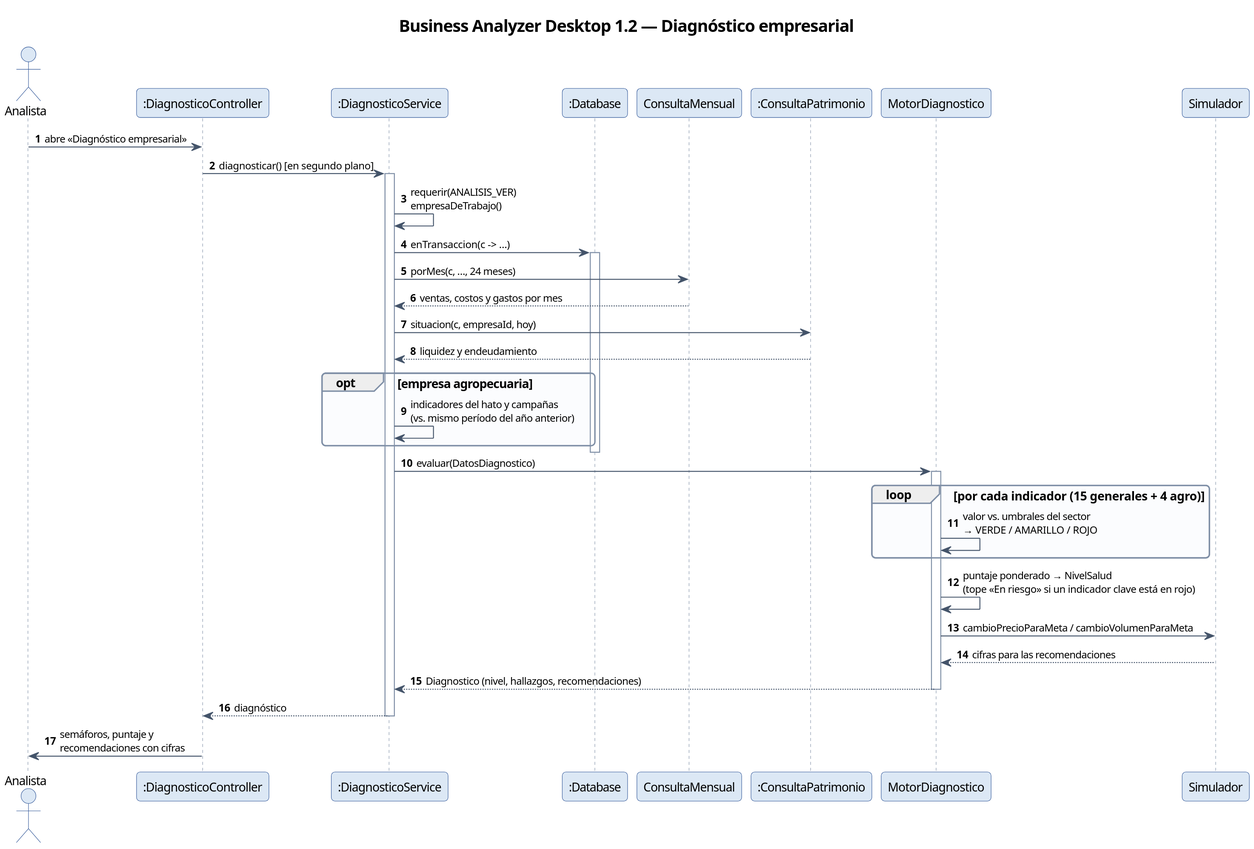
This is docs/uml/svg/06-secuencia-diagnostico.svg from fabrizzio122/proyecto-estadistic, a PlantUML export, as it was before one commit.
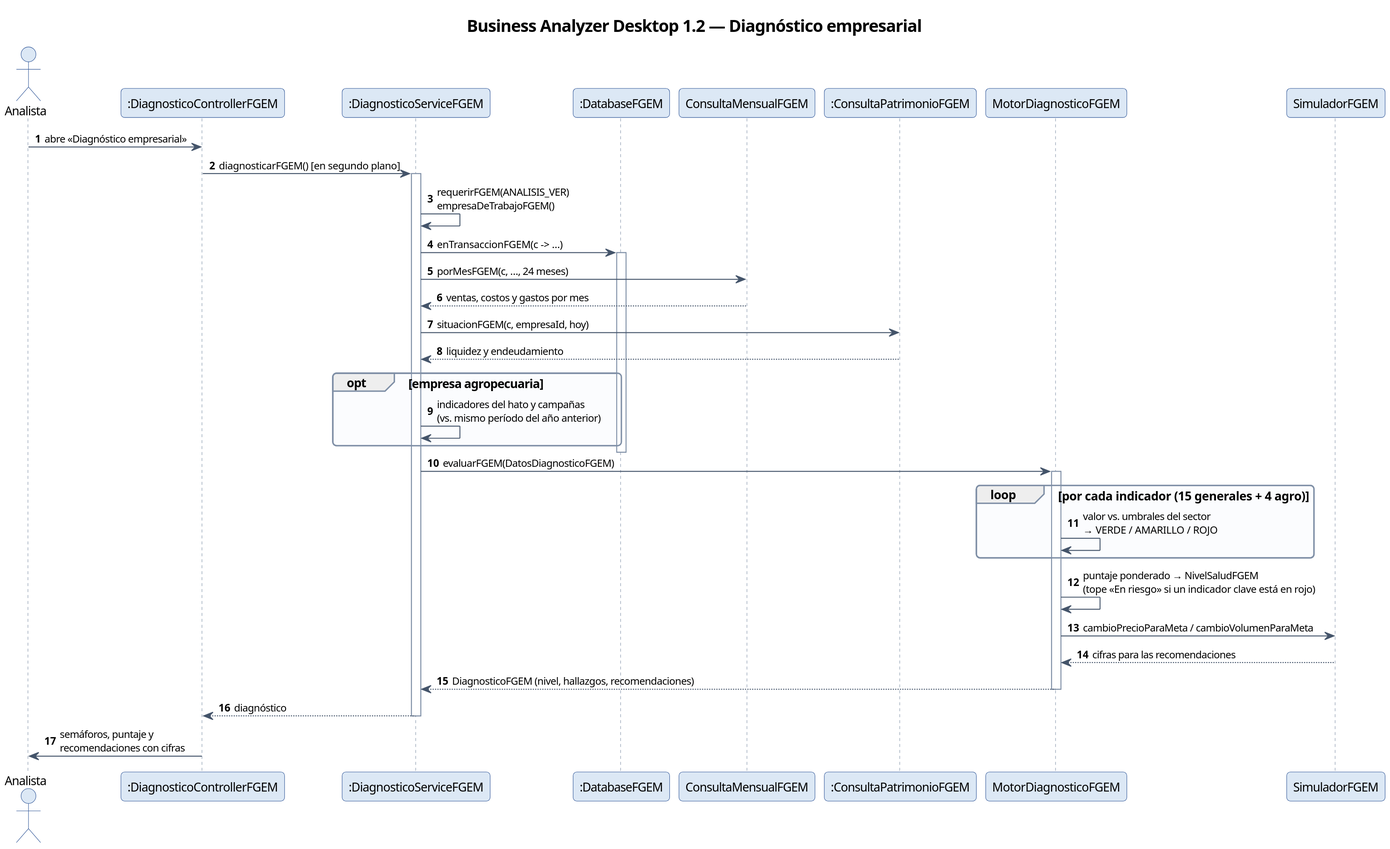
Later version of the same file.

What changed in the source:
```diff
@@ -4,37 +4,37 @@
 autonumber
 
 actor Analista
-participant ":DiagnosticoController" as CTRL
-participant ":DiagnosticoService" as SRV
-participant ":Database" as DB
-participant "ConsultaMensual" as CM
-participant ":ConsultaPatrimonio" as CP
-participant "MotorDiagnostico" as MOTOR
-participant "Simulador" as SIM
+participant ":DiagnosticoControllerFGEM" as CTRL
+participant ":DiagnosticoServiceFGEM" as SRV
+participant ":DatabaseFGEM" as DB
+participant "ConsultaMensualFGEM" as CM
+participant ":ConsultaPatrimonioFGEM" as CP
+participant "MotorDiagnosticoFGEM" as MOTOR
+participant "SimuladorFGEM" as SIM
 
 Analista -> CTRL : abre «Diagnóstico empresarial»
-CTRL -> SRV : diagnosticar()  [en segundo plano]
+CTRL -> SRV : diagnosticarFGEM()  [en segundo plano]
 activate SRV
-SRV -> SRV : requerir(ANALISIS_VER)\nempresaDeTrabajo()
-SRV -> DB : enTransaccion(c -> …)
+SRV -> SRV : requerirFGEM(ANALISIS_VER)\nempresaDeTrabajoFGEM()
+SRV -> DB : enTransaccionFGEM(c -> …)
 activate DB
-SRV -> CM : porMes(c, …, 24 meses)
+SRV -> CM : porMesFGEM(c, …, 24 meses)
 CM --> SRV : ventas, costos y gastos por mes
-SRV -> CP : situacion(c, empresaId, hoy)
+SRV -> CP : situacionFGEM(c, empresaId, hoy)
 CP --> SRV : liquidez y endeudamiento
 opt empresa agropecuaria
   SRV -> SRV : indicadores del hato y campañas\n(vs. mismo período del año anterior)
 end
 deactivate DB
-SRV -> MOTOR : evaluar(DatosDiagnostico)
+SRV -> MOTOR : evaluarFGEM(DatosDiagnosticoFGEM)
 activate MOTOR
 loop por cada indicador (15 generales + 4 agro)
   MOTOR -> MOTOR : valor vs. umbrales del sector\n→ VERDE / AMARILLO / ROJO
 end
-MOTOR -> MOTOR : puntaje ponderado → NivelSalud\n(tope «En riesgo» si un indicador clave está en rojo)
+MOTOR -> MOTOR : puntaje ponderado → NivelSaludFGEM\n(tope «En riesgo» si un indicador clave está en rojo)
 MOTOR -> SIM : cambioPrecioParaMeta / cambioVolumenParaMeta
 SIM --> MOTOR : cifras para las recomendaciones
-MOTOR --> SRV : Diagnostico (nivel, hallazgos, recomendaciones)
+MOTOR --> SRV : DiagnosticoFGEM (nivel, hallazgos, recomendaciones)
 deactivate MOTOR
 SRV --> CTRL : diagnóstico
 deactivate SRV
```
